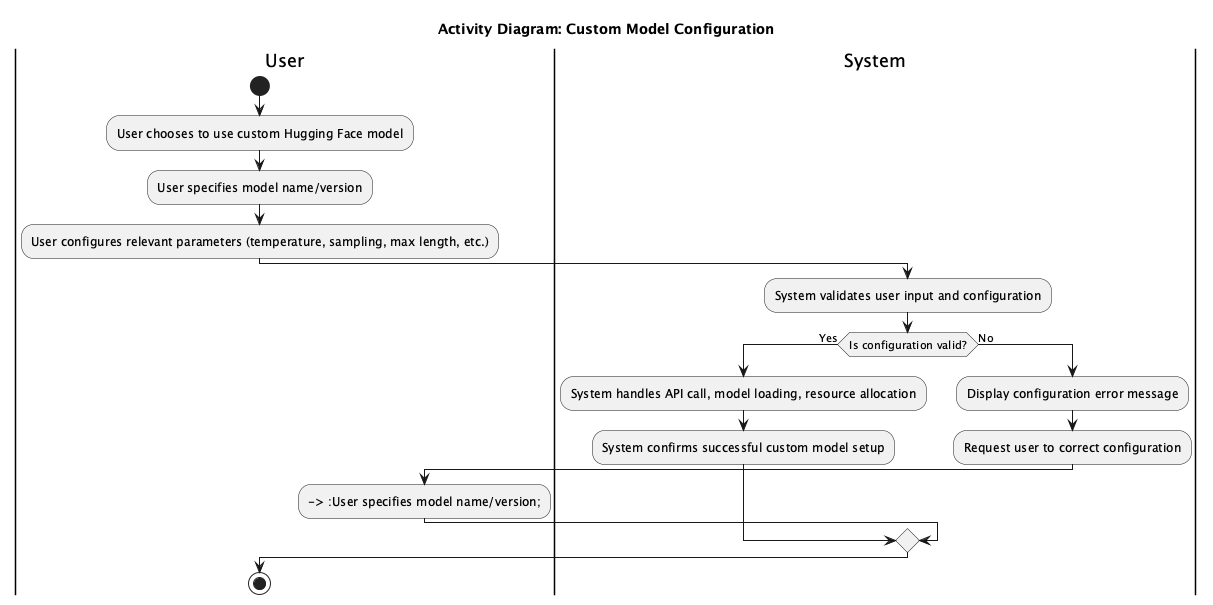
Earlier version of the PlantUML export latex/UML/Activity/Custom-Model-Configuration.png (stepbystepcode/CodeWay).
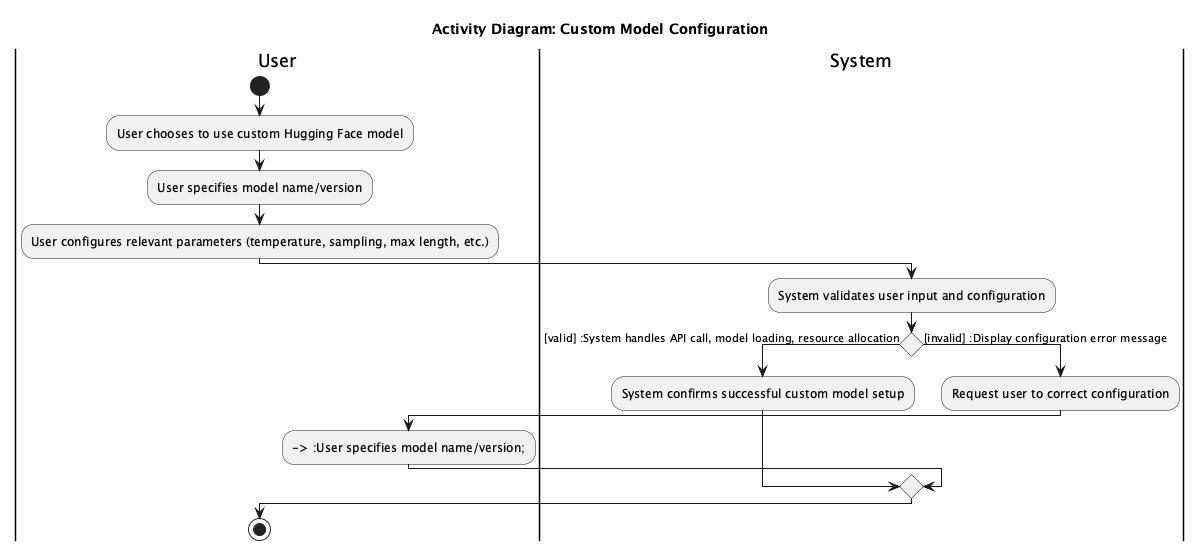
The same diagram one commit later.

Change to the diagram source:
```diff
@@ -9,11 +9,11 @@
 
 |System|
 :System validates user input and configuration;
-if (Is configuration valid?) then (Yes)
-  :System handles API call, model loading, resource allocation;
+if () then
+  ->[valid] :System handles API call, model loading, resource allocation;
   :System confirms successful custom model setup;
-else (No)
-  :Display configuration error message;
+else
+  ->[invalid] :Display configuration error message;
   :Request user to correct configuration;
 
   |User|
```
